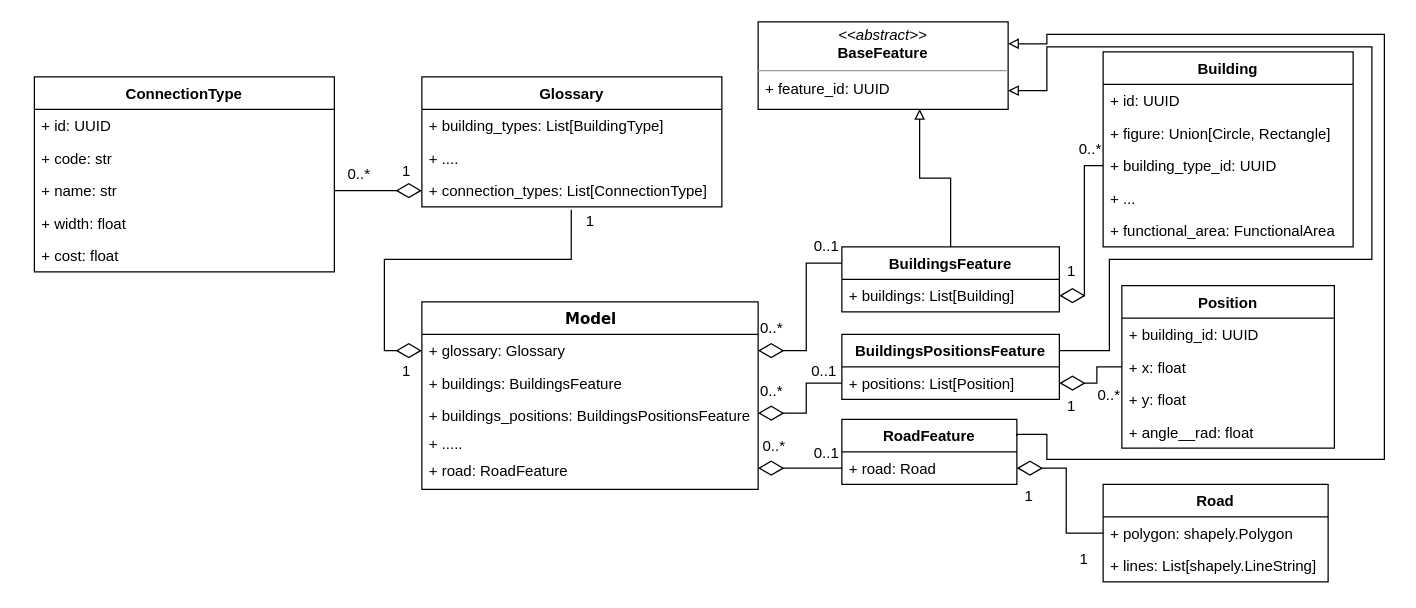
stalker-fc/diploma keeps this draw.io diagram as master/sources/presentation/diagrams/appendix_classes.drawio. Above is the earlier version. Source tidied: cells renumbered, new cells numbered last; positions are measured from the earlier drawing's top-left corner, leaving out a move shared by most shapes. Both pictures are drawn from the tidied source at 125%, with x=0, y=0 at pixel (34, 21).
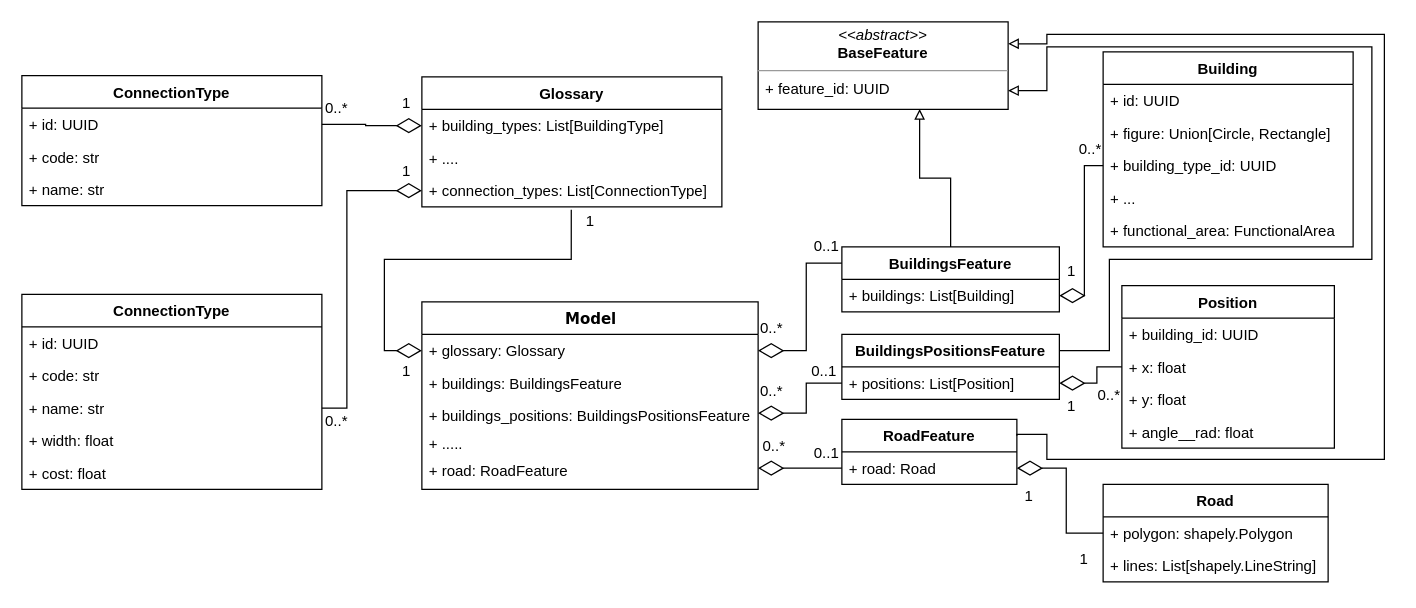
After the change.

The change refers to these unchanged cells:
```xml
<mxCell id="50" value="+ building_types: List[BuildingType]" style="text;strokeColor=none;fillColor=none;align=left;verticalAlign=top;spacingLeft=4;spacingRight=4;overflow=hidden;points=[[0,0.5],[1,0.5]];portConstraint=eastwest;" parent="49" vertex="1">
  <mxGeometry y="26" width="240" height="26" as="geometry" />
</mxCell>
<mxCell id="52" value="+ connection_types: List[ConnectionType]" style="text;strokeColor=none;fillColor=none;align=left;verticalAlign=top;spacingLeft=4;spacingRight=4;overflow=hidden;points=[[0,0.5],[1,0.5]];portConstraint=eastwest;" parent="49" vertex="1">
  <mxGeometry y="78" width="240" height="26" as="geometry" />
</mxCell>
<mxCell id="62" value="+ name: str" style="text;strokeColor=none;fillColor=none;align=left;verticalAlign=top;spacingLeft=4;spacingRight=4;overflow=hidden;points=[[0,0.5],[1,0.5]];portConstraint=eastwest;" parent="59" vertex="1">
  <mxGeometry y="78" width="240" height="26" as="geometry" />
</mxCell>
```

The edit, as a diff of the source:
```diff
@@
     <mxCell id="59" value="ConnectionType" style="swimlane;fontStyle=1;horizontal=1;startSize=26;fillColor=none;" parent="1" vertex="1">
-      <mxGeometry y="44" width="240" height="156" as="geometry" />
+      <mxGeometry x="-10" y="218" width="240" height="156" as="geometry" />
     </mxCell>
@@
     <mxCell id="65" style="edgeStyle=orthogonalEdgeStyle;rounded=0;jettySize=auto;html=1;exitX=1;exitY=0.5;exitDx=0;exitDy=0;entryX=0;entryY=0.5;entryDx=0;entryDy=0;endArrow=diamondThin;endFill=0;endSize=18;" parent="1" edge="1" source="62" target="52">
-      <mxGeometry relative="1" as="geometry" />
+      <mxGeometry relative="1" as="geometry">
+        <Array as="points">
+          <mxPoint x="250" y="309" />
+          <mxPoint x="250" y="135" />
+        </Array>
+      </mxGeometry>
     </mxCell>
@@
     <mxCell id="67" value="0..*" style="text;html=1;strokeColor=none;fillColor=none;align=center;verticalAlign=middle;whiteSpace=wrap;rounded=0;" parent="1" vertex="1">
-      <mxGeometry x="250" y="112" width="20" height="20" as="geometry" />
+      <mxGeometry x="232" y="310" width="20" height="20" as="geometry" />
     </mxCell>
+    <mxCell id="68" value="ConnectionType" style="swimlane;fontStyle=1;horizontal=1;startSize=26;fillColor=none;" parent="1" vertex="1">
+      <mxGeometry x="-10" y="43" width="240" height="104" as="geometry" />
+    </mxCell>
+    <mxCell id="69" value="+ id: UUID" style="text;strokeColor=none;fillColor=none;align=left;verticalAlign=top;spacingLeft=4;spacingRight=4;overflow=hidden;points=[[0,0.5],[1,0.5]];portConstraint=eastwest;" parent="68" vertex="1">
+      <mxGeometry y="26" width="240" height="26" as="geometry" />
+    </mxCell>
+    <mxCell id="70" value="+ code: str" style="text;strokeColor=none;fillColor=none;align=left;verticalAlign=top;spacingLeft=4;spacingRight=4;overflow=hidden;" parent="68" vertex="1">
+      <mxGeometry y="52" width="240" height="26" as="geometry" />
+    </mxCell>
+    <mxCell id="71" value="+ name: str" style="text;strokeColor=none;fillColor=none;align=left;verticalAlign=top;spacingLeft=4;spacingRight=4;overflow=hidden;" parent="68" vertex="1">
+      <mxGeometry y="78" width="240" height="26" as="geometry" />
+    </mxCell>
+    <mxCell id="72" style="edgeStyle=orthogonalEdgeStyle;rounded=0;jettySize=auto;html=1;exitX=1;exitY=0.5;exitDx=0;exitDy=0;entryX=0;entryY=0.5;entryDx=0;entryDy=0;endArrow=diamondThin;endFill=0;endSize=18;" parent="1" edge="1" source="69" target="50">
+      <mxGeometry relative="1" as="geometry" />
+    </mxCell>
+    <mxCell id="73" value="1" style="text;html=1;strokeColor=none;fillColor=none;align=center;verticalAlign=middle;whiteSpace=wrap;rounded=0;" parent="1" vertex="1">
+      <mxGeometry x="288" y="55" width="20" height="20" as="geometry" />
+    </mxCell>
+    <mxCell id="74" value="0..*" style="text;html=1;strokeColor=none;fillColor=none;align=center;verticalAlign=middle;whiteSpace=wrap;rounded=0;" parent="1" vertex="1">
+      <mxGeometry x="232" y="59" width="20" height="20" as="geometry" />
+    </mxCell>
```
